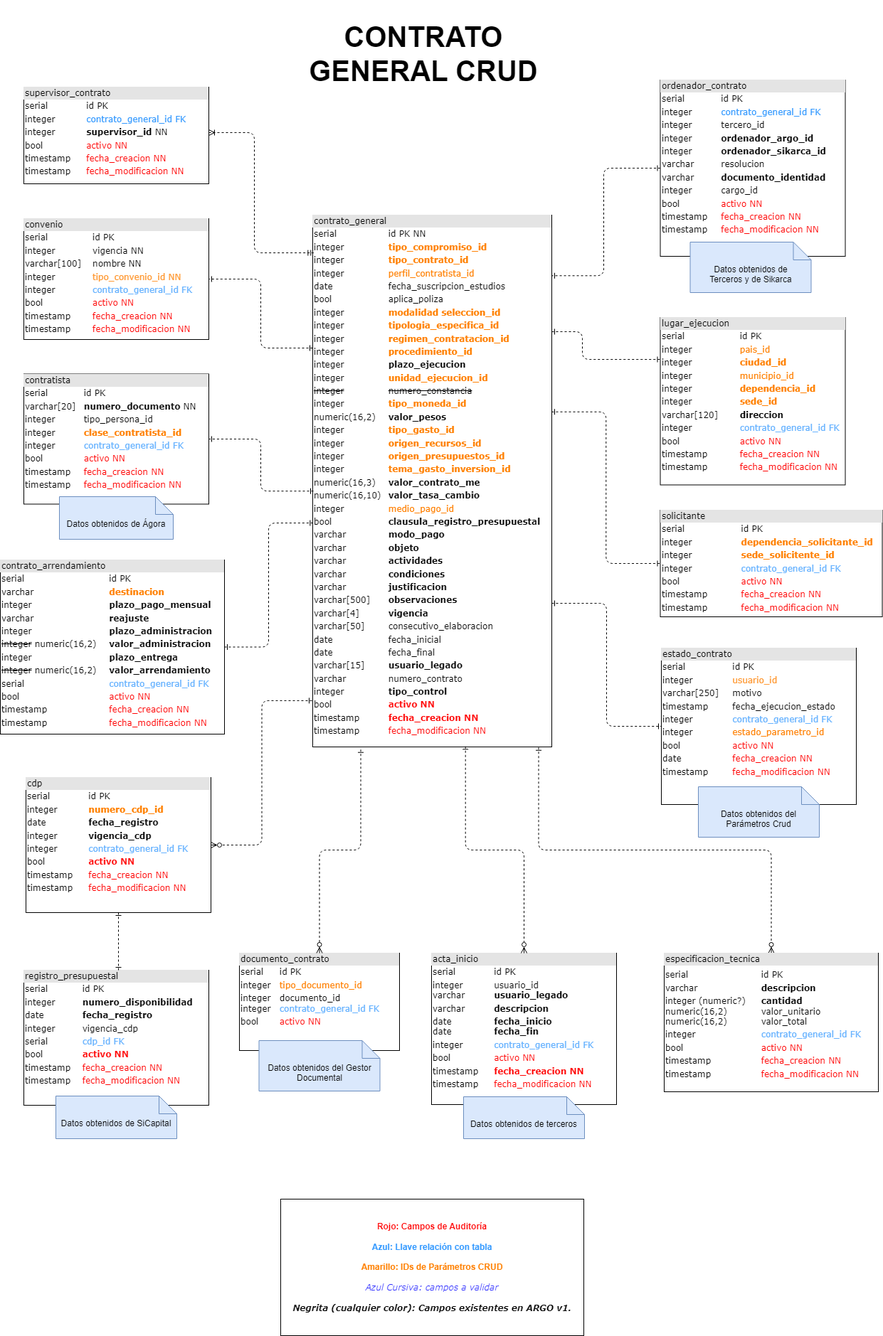
Above: modelo-database/modelo-basedatos-core-Argo.png in udistrital/gestion_contractual_compras_contrato_crud (draw.io), before the change. Source tidied: cells renumbered, new cells last; positions are measured from the earlier drawing's top-left corner, leaving out a move shared by most shapes.
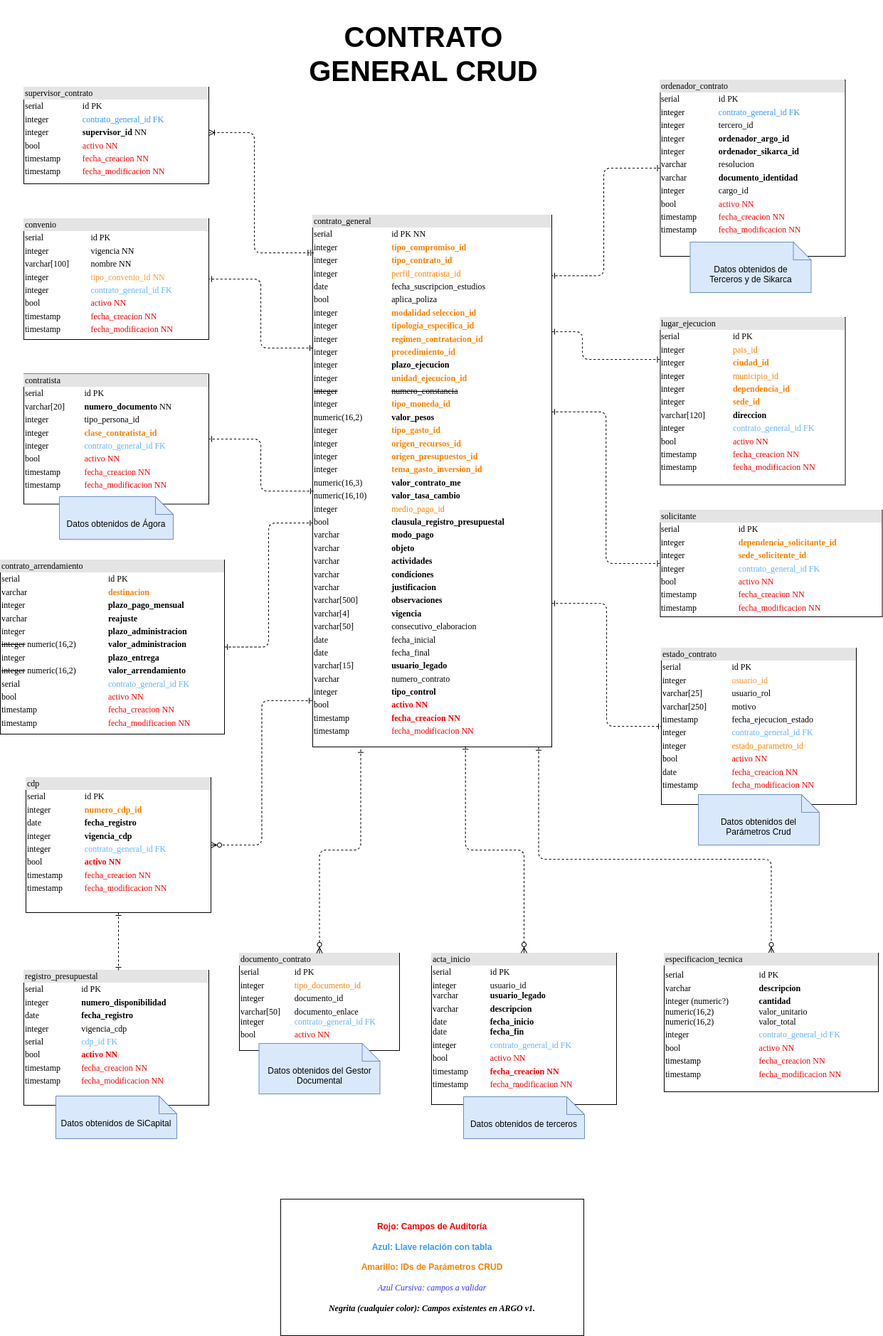
After the commit.

Commit message:
feat: Actualización tablas estado_contrato y documento_contrato

Diff of the diagram source:
```diff
@@ -2,7 +2,7 @@
   <root>
     <mxCell id="0" />
     <mxCell id="1" parent="0" />
-    <mxCell id="2" value="&lt;div style=&quot;box-sizing: border-box ; width: 100% ; background: #e4e4e4 ; padding: 2px&quot;&gt;estado_contrato&lt;/div&gt;&lt;table style=&quot;width: 100% ; font-size: 1em&quot; cellpadding=&quot;2&quot; cellspacing=&quot;0&quot;&gt;&lt;tbody&gt;&lt;tr&gt;&lt;td&gt;serial&lt;span style=&quot;white-space: pre;&quot;&gt;&#9;&lt;/span&gt;&lt;/td&gt;&lt;td&gt;id PK&lt;/td&gt;&lt;/tr&gt;&lt;tr&gt;&lt;td&gt;integer&lt;/td&gt;&lt;td&gt;&lt;font color=&quot;#ff9933&quot;&gt;usuario_id&lt;/font&gt;&lt;/td&gt;&lt;/tr&gt;&lt;tr&gt;&lt;td&gt;varchar[250]&lt;/td&gt;&lt;td&gt;motivo&lt;/td&gt;&lt;/tr&gt;&lt;tr&gt;&lt;td&gt;timestamp&lt;/td&gt;&lt;td&gt;fecha_ejecucion_estado&lt;br&gt;&lt;/td&gt;&lt;/tr&gt;&lt;tr&gt;&lt;td&gt;integer&lt;/td&gt;&lt;td&gt;&lt;span style=&quot;color: rgb(102, 178, 255);&quot;&gt;contrato_general_id FK&lt;/span&gt;&lt;br style=&quot;color: rgb(102, 178, 255);&quot;&gt;&lt;/td&gt;&lt;/tr&gt;&lt;tr&gt;&lt;td&gt;integer&lt;br&gt;&lt;/td&gt;&lt;td&gt;&lt;font color=&quot;#ff8000&quot;&gt;estado_parametro_id&lt;br&gt;&lt;/font&gt;&lt;/td&gt;&lt;/tr&gt;&lt;tr&gt;&lt;td&gt;bool&lt;br&gt;&lt;/td&gt;&lt;td&gt;&lt;font color=&quot;#ff0000&quot;&gt;activo NN&lt;br style=&quot;&quot;&gt;&lt;/font&gt;&lt;/td&gt;&lt;/tr&gt;&lt;tr&gt;&lt;td&gt;date&lt;/td&gt;&lt;td&gt;&lt;font color=&quot;#ff0000&quot;&gt;fecha_creacion NN&lt;br style=&quot;&quot;&gt;&lt;/font&gt;&lt;/td&gt;&lt;/tr&gt;&lt;tr&gt;&lt;td&gt;timestamp&lt;br&gt;&lt;/td&gt;&lt;td&gt;&lt;font color=&quot;#ff0000&quot;&gt;fecha_modificacion NN&lt;/font&gt;&lt;br&gt;&lt;/td&gt;&lt;/tr&gt;&lt;/tbody&gt;&lt;/table&gt;" style="verticalAlign=top;align=left;overflow=fill;html=1;rounded=0;shadow=0;comic=0;labelBackgroundColor=none;strokeWidth=1;fontFamily=Verdana;fontSize=12;" parent="1" vertex="1">
+    <mxCell id="2" value="&lt;div style=&quot;box-sizing: border-box ; width: 100% ; background: #e4e4e4 ; padding: 2px&quot;&gt;estado_contrato&lt;/div&gt;&lt;table style=&quot;width: 100% ; font-size: 1em&quot; cellpadding=&quot;2&quot; cellspacing=&quot;0&quot;&gt;&lt;tbody&gt;&lt;tr&gt;&lt;td&gt;serial&lt;span style=&quot;white-space: pre;&quot;&gt;&#9;&lt;/span&gt;&lt;/td&gt;&lt;td&gt;id PK&lt;/td&gt;&lt;/tr&gt;&lt;tr&gt;&lt;td&gt;integer&lt;/td&gt;&lt;td&gt;&lt;font color=&quot;#ff9933&quot;&gt;usuario_id&lt;/font&gt;&lt;/td&gt;&lt;/tr&gt;&lt;tr&gt;&lt;td&gt;varchar[25]&lt;/td&gt;&lt;td&gt;usuario_rol&lt;/td&gt;&lt;/tr&gt;&lt;tr&gt;&lt;td&gt;varchar[250]&lt;/td&gt;&lt;td&gt;motivo&lt;/td&gt;&lt;/tr&gt;&lt;tr&gt;&lt;td&gt;timestamp&lt;/td&gt;&lt;td&gt;fecha_ejecucion_estado&lt;br&gt;&lt;/td&gt;&lt;/tr&gt;&lt;tr&gt;&lt;td&gt;integer&lt;/td&gt;&lt;td&gt;&lt;span style=&quot;color: rgb(102, 178, 255);&quot;&gt;contrato_general_id FK&lt;/span&gt;&lt;br style=&quot;color: rgb(102, 178, 255);&quot;&gt;&lt;/td&gt;&lt;/tr&gt;&lt;tr&gt;&lt;td&gt;integer&lt;br&gt;&lt;/td&gt;&lt;td&gt;&lt;font color=&quot;#ff8000&quot;&gt;estado_parametro_id&lt;br&gt;&lt;/font&gt;&lt;/td&gt;&lt;/tr&gt;&lt;tr&gt;&lt;td&gt;bool&lt;br&gt;&lt;/td&gt;&lt;td&gt;&lt;font color=&quot;#ff0000&quot;&gt;activo NN&lt;br style=&quot;&quot;&gt;&lt;/font&gt;&lt;/td&gt;&lt;/tr&gt;&lt;tr&gt;&lt;td&gt;date&lt;/td&gt;&lt;td&gt;&lt;font color=&quot;#ff0000&quot;&gt;fecha_creacion NN&lt;br style=&quot;&quot;&gt;&lt;/font&gt;&lt;/td&gt;&lt;/tr&gt;&lt;tr&gt;&lt;td&gt;timestamp&lt;br&gt;&lt;/td&gt;&lt;td&gt;&lt;font color=&quot;#ff0000&quot;&gt;fecha_modificacion NN&lt;/font&gt;&lt;br&gt;&lt;/td&gt;&lt;/tr&gt;&lt;/tbody&gt;&lt;/table&gt;" style="verticalAlign=top;align=left;overflow=fill;html=1;rounded=0;shadow=0;comic=0;labelBackgroundColor=none;strokeWidth=1;fontFamily=Verdana;fontSize=12;" parent="1" vertex="1">
       <mxGeometry x="929" y="911" width="274" height="220" as="geometry" />
     </mxCell>
     <mxCell id="3" style="edgeStyle=orthogonalEdgeStyle;html=1;labelBackgroundColor=none;startArrow=ERone;endArrow=ERone;fontFamily=Verdana;fontSize=12;align=left;dashed=1;startFill=0;endFill=0;exitX=1;exitY=0.73;exitDx=0;exitDy=0;exitPerimeter=0;" parent="1" edge="1" source="4" target="2">
@@ -85,17 +85,17 @@
         </Array>
       </mxGeometry>
     </mxCell>
-    <mxCell id="25" value="&lt;div style=&quot;box-sizing: border-box ; width: 100% ; background: #e4e4e4 ; padding: 2px&quot;&gt;documento_contrato&lt;/div&gt;&lt;table style=&quot;width: 100% ; font-size: 1em&quot; cellpadding=&quot;2&quot; cellspacing=&quot;0&quot;&gt;&lt;tbody&gt;&lt;tr&gt;&lt;td&gt;serial&lt;/td&gt;&lt;td&gt;id PK&lt;/td&gt;&lt;/tr&gt;&lt;tr&gt;&lt;td&gt;integer&lt;br&gt;&lt;/td&gt;&lt;td&gt;&lt;font color=&quot;#ff8000&quot;&gt;tipo_documento_id&lt;br&gt;&lt;/font&gt;&lt;/td&gt;&lt;/tr&gt;&lt;tr&gt;&lt;td&gt;integer&lt;br&gt;integer&lt;/td&gt;&lt;td&gt;documento_id&lt;br&gt;&lt;font color=&quot;#66b2ff&quot;&gt;contrato_general_id FK&lt;/font&gt;&lt;/td&gt;&lt;/tr&gt;&lt;tr&gt;&lt;td&gt;bool&lt;/td&gt;&lt;td&gt;&lt;font color=&quot;#ff0000&quot;&gt;activo NN&lt;/font&gt;&lt;br&gt;&lt;/td&gt;&lt;/tr&gt;&lt;/tbody&gt;&lt;/table&gt;" style="verticalAlign=top;align=left;overflow=fill;html=1;rounded=0;shadow=0;comic=0;labelBackgroundColor=none;strokeWidth=1;fontFamily=Verdana;fontSize=12;" parent="1" vertex="1">
+    <mxCell id="25" value="&lt;div style=&quot;box-sizing: border-box ; width: 100% ; background: #e4e4e4 ; padding: 2px&quot;&gt;documento_contrato&lt;/div&gt;&lt;table style=&quot;width: 100% ; font-size: 1em&quot; cellpadding=&quot;2&quot; cellspacing=&quot;0&quot;&gt;&lt;tbody&gt;&lt;tr&gt;&lt;td&gt;serial&lt;/td&gt;&lt;td&gt;id PK&lt;/td&gt;&lt;/tr&gt;&lt;tr&gt;&lt;td&gt;integer&lt;br&gt;&lt;/td&gt;&lt;td&gt;&lt;font color=&quot;#ff8000&quot;&gt;tipo_documento_id&lt;br&gt;&lt;/font&gt;&lt;/td&gt;&lt;/tr&gt;&lt;tr&gt;&lt;td&gt;integer&lt;/td&gt;&lt;td&gt;documento_id&lt;/td&gt;&lt;/tr&gt;&lt;tr&gt;&lt;td&gt;varchar[50]&lt;br&gt;integer&lt;/td&gt;&lt;td&gt;documento_enlace&lt;br&gt;&lt;font color=&quot;#66b2ff&quot;&gt;contrato_general_id FK&lt;/font&gt;&lt;/td&gt;&lt;/tr&gt;&lt;tr&gt;&lt;td&gt;bool&lt;/td&gt;&lt;td&gt;&lt;font color=&quot;#ff0000&quot;&gt;activo NN&lt;/font&gt;&lt;br&gt;&lt;/td&gt;&lt;/tr&gt;&lt;/tbody&gt;&lt;/table&gt;" style="verticalAlign=top;align=left;overflow=fill;html=1;rounded=0;shadow=0;comic=0;labelBackgroundColor=none;strokeWidth=1;fontFamily=Verdana;fontSize=12;" parent="1" vertex="1">
       <mxGeometry x="336" y="1340" width="225" height="137" as="geometry" />
     </mxCell>
     <mxCell id="26" value="Datos obtenidos del Gestor Documental" style="shape=note2;boundedLbl=1;whiteSpace=wrap;html=1;size=25;verticalAlign=top;align=center;fillColor=#dae8fc;strokeColor=#6c8ebf;" parent="1" vertex="1">
-      <mxGeometry x="363.5" y="1463" width="170" height="71" as="geometry" />
+      <mxGeometry x="363.5" y="1467" width="170" height="71" as="geometry" />
     </mxCell>
     <mxCell id="27" style="html=1;dashed=1;labelBackgroundColor=none;startArrow=ERone;endArrow=ERzeroToMany;fontFamily=Verdana;fontSize=12;align=left;startFill=0;endFill=0;exitX=0.201;exitY=1.005;exitDx=0;exitDy=0;entryX=0.5;entryY=0;entryDx=0;entryDy=0;exitPerimeter=0;edgeStyle=orthogonalEdgeStyle;" parent="1" edge="1" source="4" target="25">
       <mxGeometry relative="1" as="geometry" />
     </mxCell>
     <mxCell id="28" value="Datos obtenidos del Parámetros Crud" style="shape=note2;boundedLbl=1;whiteSpace=wrap;html=1;size=25;verticalAlign=top;align=center;fillColor=#dae8fc;strokeColor=#6c8ebf;" parent="1" vertex="1">
-      <mxGeometry x="981" y="1106" width="170" height="71" as="geometry" />
+      <mxGeometry x="981" y="1117" width="170" height="71" as="geometry" />
     </mxCell>
     <mxCell id="29" value="&lt;div style=&quot;box-sizing: border-box ; width: 100% ; background: #e4e4e4 ; padding: 2px&quot;&gt;acta_inicio&lt;/div&gt;&lt;table style=&quot;width: 100% ; font-size: 1em&quot; cellpadding=&quot;2&quot; cellspacing=&quot;0&quot;&gt;&lt;tbody&gt;&lt;tr&gt;&lt;td&gt;serial&lt;span style=&quot;white-space: pre;&quot;&gt;&#9;&lt;/span&gt;&lt;/td&gt;&lt;td&gt;id PK&amp;nbsp;&lt;/td&gt;&lt;/tr&gt;&lt;tr&gt;&lt;td&gt;integer&lt;br&gt;varchar&lt;br&gt;&lt;/td&gt;&lt;td&gt;&lt;font style=&quot;&quot; color=&quot;#080808&quot;&gt;usuario_id&lt;/font&gt;&lt;br&gt;&lt;b&gt;usuario_legado&lt;/b&gt;&lt;br&gt;&lt;/td&gt;&lt;/tr&gt;&lt;tr&gt;&lt;td&gt;varchar&lt;/td&gt;&lt;td&gt;&lt;b&gt;descripcion&lt;/b&gt;&lt;/td&gt;&lt;/tr&gt;&lt;tr&gt;&lt;td&gt;date&lt;br&gt;date&lt;/td&gt;&lt;td&gt;&lt;b&gt;fecha_inicio&lt;/b&gt;&lt;br&gt;&lt;b&gt;fecha_fin&lt;/b&gt;&lt;/td&gt;&lt;/tr&gt;&lt;tr&gt;&lt;td&gt;integer&lt;br&gt;&lt;/td&gt;&lt;td&gt;&lt;span style=&quot;color: rgb(102, 178, 255);&quot;&gt;contrato_general_id FK&lt;/span&gt;&lt;br style=&quot;color: rgb(102, 178, 255);&quot;&gt;&lt;/td&gt;&lt;/tr&gt;&lt;tr&gt;&lt;td&gt;bool&lt;br&gt;&lt;/td&gt;&lt;td&gt;&lt;font color=&quot;#ff0000&quot;&gt;activo NN&lt;br style=&quot;&quot;&gt;&lt;/font&gt;&lt;/td&gt;&lt;/tr&gt;&lt;tr&gt;&lt;td&gt;timestamp&lt;/td&gt;&lt;td&gt;&lt;b&gt;&lt;font color=&quot;#ff0000&quot;&gt;fecha_creacion NN&lt;br style=&quot;&quot;&gt;&lt;/font&gt;&lt;/b&gt;&lt;/td&gt;&lt;/tr&gt;&lt;tr&gt;&lt;td&gt;timestamp&lt;br&gt;&lt;/td&gt;&lt;td&gt;&lt;font color=&quot;#ff0000&quot;&gt;fecha_modificacion NN&lt;/font&gt;&lt;br&gt;&lt;/td&gt;&lt;/tr&gt;&lt;/tbody&gt;&lt;/table&gt;" style="verticalAlign=top;align=left;overflow=fill;html=1;rounded=0;shadow=0;comic=0;labelBackgroundColor=none;strokeWidth=1;fontFamily=Verdana;fontSize=12;" parent="1" vertex="1">
       <mxGeometry x="606" y="1340" width="260" height="213" as="geometry" />
@@ -110,7 +110,12 @@
       <mxGeometry relative="1" as="geometry" />
     </mxCell>
     <mxCell id="33" style="edgeStyle=orthogonalEdgeStyle;html=1;dashed=1;labelBackgroundColor=none;startArrow=ERone;endArrow=ERzeroToMany;fontFamily=Verdana;fontSize=12;align=left;startFill=0;endFill=0;exitX=0.945;exitY=1.001;exitDx=0;exitDy=0;exitPerimeter=0;entryX=0.5;entryY=0;entryDx=0;entryDy=0;" parent="1" edge="1" source="4" target="34">
-      <mxGeometry relative="1" as="geometry" />
+      <mxGeometry relative="1" as="geometry">
+        <Array as="points">
+          <mxPoint x="757" y="1208" />
+          <mxPoint x="1084" y="1208" />
+        </Array>
+      </mxGeometry>
     </mxCell>
     <mxCell id="34" value="&lt;div style=&quot;box-sizing: border-box ; width: 100% ; background: #e4e4e4 ; padding: 2px&quot;&gt;especificacion_tecnica&lt;/div&gt;&lt;table style=&quot;width: 100% ; font-size: 1em&quot; cellpadding=&quot;2&quot; cellspacing=&quot;0&quot;&gt;&lt;tbody&gt;&lt;tr&gt;&lt;td&gt;&lt;/td&gt;&lt;td&gt;&lt;/td&gt;&lt;/tr&gt;&lt;tr&gt;&lt;td&gt;serial&lt;/td&gt;&lt;td&gt;id PK&lt;br&gt;&lt;/td&gt;&lt;/tr&gt;&lt;tr&gt;&lt;td&gt;varchar&lt;/td&gt;&lt;td&gt;&lt;b&gt;descripcion&lt;/b&gt;&lt;/td&gt;&lt;/tr&gt;&lt;tr&gt;&lt;td&gt;integer (numeric?)&lt;br&gt;numeric(16,2)&lt;br&gt;numeric(16,2)&lt;/td&gt;&lt;td&gt;&lt;b&gt;cantidad&lt;/b&gt;&lt;br&gt;valor_unitario&lt;br&gt;valor_total&lt;/td&gt;&lt;/tr&gt;&lt;tr&gt;&lt;td&gt;integer&lt;br&gt;&lt;/td&gt;&lt;td&gt;&lt;span style=&quot;color: rgb(102, 178, 255);&quot;&gt;contrato_general_id FK&lt;/span&gt;&lt;br style=&quot;color: rgb(102, 178, 255);&quot;&gt;&lt;/td&gt;&lt;/tr&gt;&lt;tr&gt;&lt;td&gt;bool&lt;br&gt;&lt;/td&gt;&lt;td&gt;&lt;font color=&quot;#ff0000&quot;&gt;activo NN&lt;br style=&quot;&quot;&gt;&lt;/font&gt;&lt;/td&gt;&lt;/tr&gt;&lt;tr&gt;&lt;td&gt;timestamp&lt;/td&gt;&lt;td&gt;&lt;font color=&quot;#ff0000&quot;&gt;fecha_creacion NN&lt;br style=&quot;&quot;&gt;&lt;/font&gt;&lt;/td&gt;&lt;/tr&gt;&lt;tr&gt;&lt;td&gt;timestamp&lt;br&gt;&lt;/td&gt;&lt;td&gt;&lt;font color=&quot;#ff0000&quot;&gt;fecha_modificacion NN&lt;/font&gt;&lt;br&gt;&lt;/td&gt;&lt;/tr&gt;&lt;/tbody&gt;&lt;/table&gt;" style="verticalAlign=top;align=left;overflow=fill;html=1;rounded=0;shadow=0;comic=0;labelBackgroundColor=none;strokeWidth=1;fontFamily=Verdana;fontSize=12;" parent="1" vertex="1">
       <mxGeometry x="933" y="1340" width="301" height="195" as="geometry" />
```
